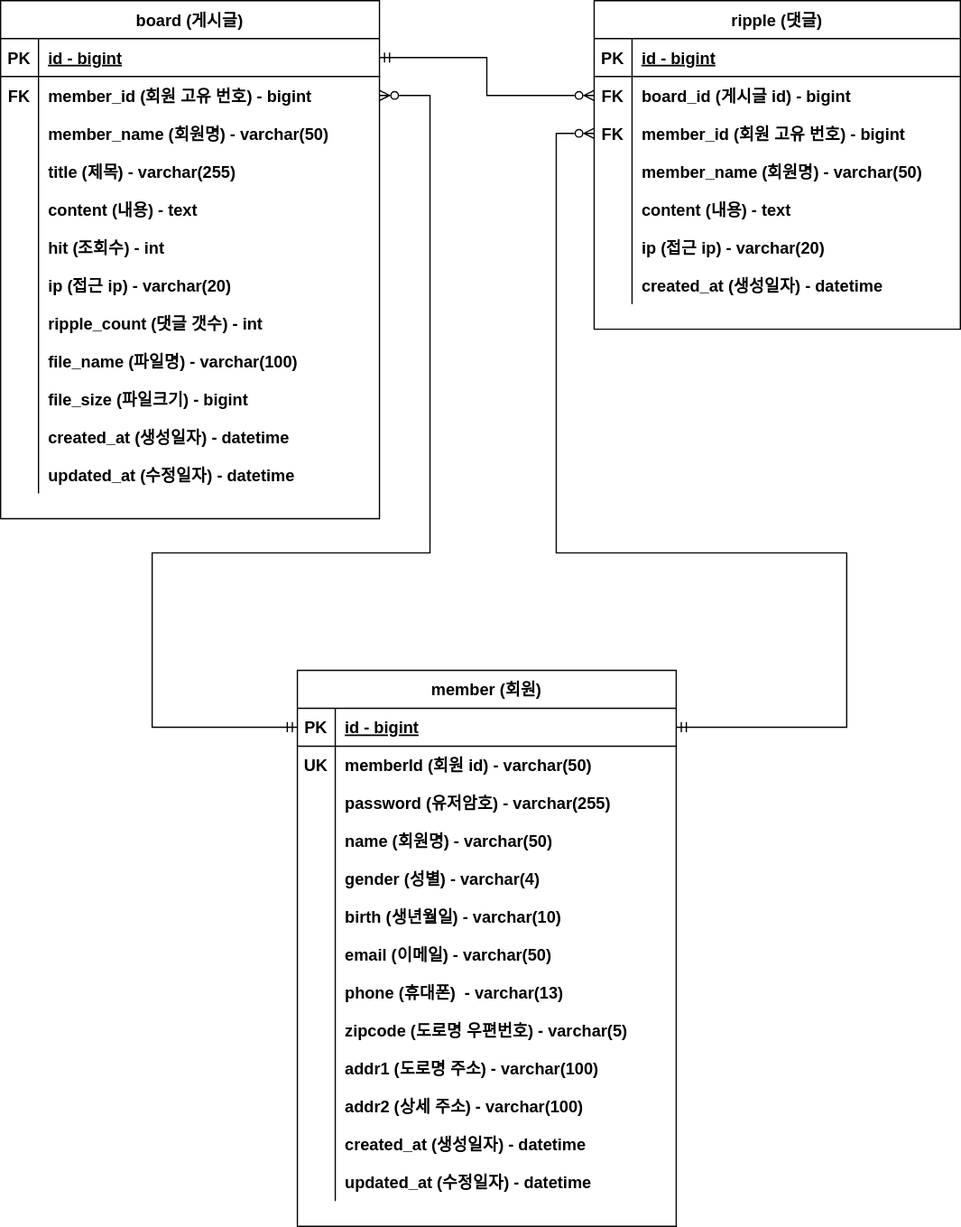
Seong-Hoon-Lim/springframework-project-board keeps this draw.io diagram as document/springframework-project-board-ERD.drawio.svg. Above is the earlier version. Source tidied: cells renumbered, new cells last; positions are measured from the earlier drawing's top-left corner, leaving out a move shared by most shapes.
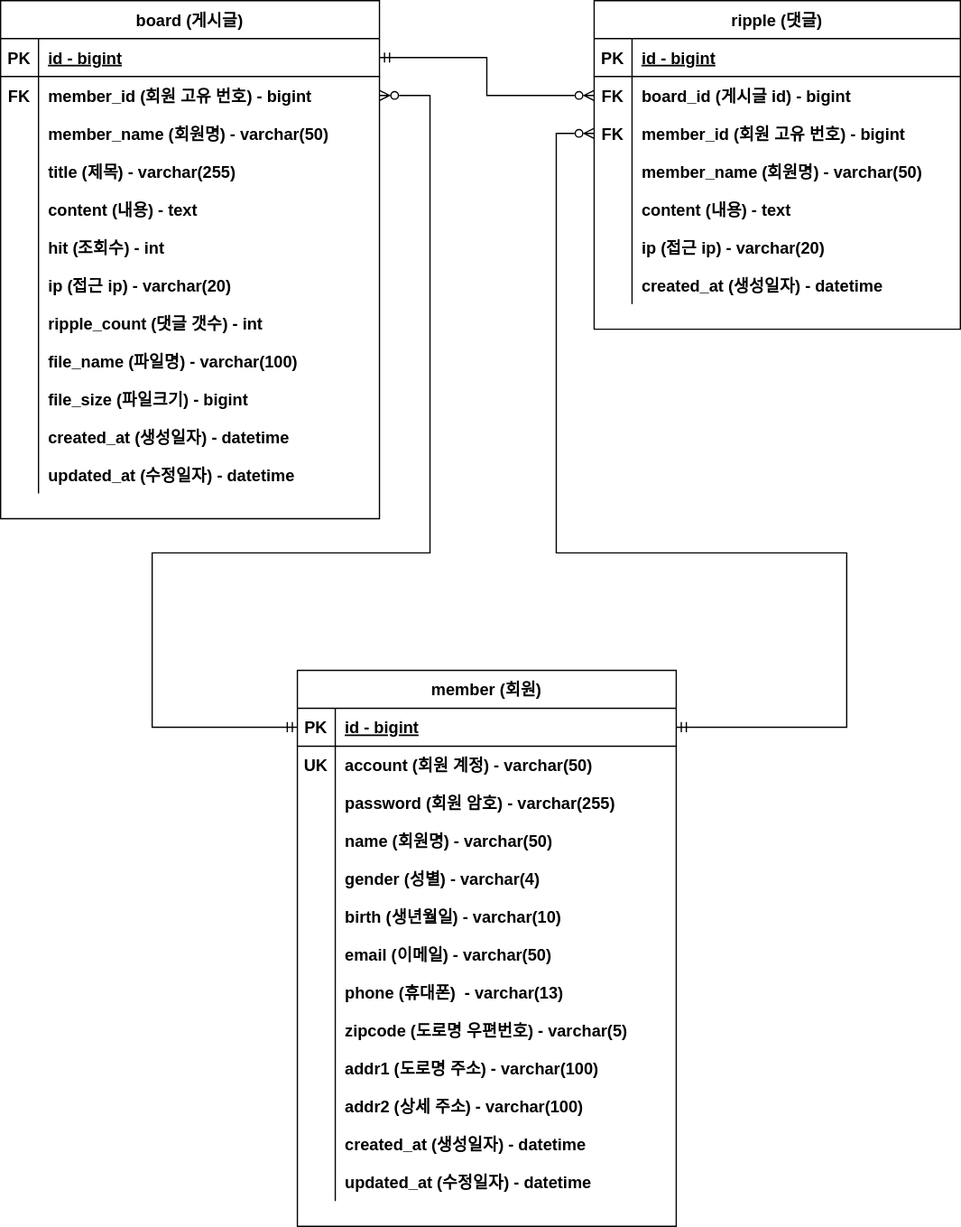
After the commit.

Commit message:
#10 - springframework-project-board-ERD 수정

What changed in the source:
```diff
@@ -200,7 +200,7 @@
     <mxCell id="67" value="UK" style="shape=partialRectangle;overflow=hidden;fillColor=none;top=0;left=0;bottom=0;right=0;fontSize=13;fontStyle=1;" parent="66" vertex="1">
       <mxGeometry width="30" height="30" as="geometry" />
     </mxCell>
-    <mxCell id="68" value="memberId (회원 id) - varchar(50)" style="shape=partialRectangle;overflow=hidden;fillColor=none;top=0;left=0;bottom=0;right=0;align=left;spacingLeft=6;fontStyle=1;fontSize=13;" parent="66" vertex="1">
+    <mxCell id="68" value="account (회원 계정) - varchar(50)" style="shape=partialRectangle;overflow=hidden;fillColor=none;top=0;left=0;bottom=0;right=0;align=left;spacingLeft=6;fontStyle=1;fontSize=13;" parent="66" vertex="1">
       <mxGeometry x="30" width="270" height="30" as="geometry" />
     </mxCell>
     <mxCell id="69" style="shape=partialRectangle;fillColor=none;top=0;left=0;right=0;bottom=0;fontSize=13;" parent="62" vertex="1">
@@ -209,7 +209,7 @@
     <mxCell id="70" style="shape=partialRectangle;overflow=hidden;fillColor=none;top=0;left=0;bottom=0;right=0;fontSize=13;" parent="69" vertex="1">
       <mxGeometry width="30" height="30" as="geometry" />
     </mxCell>
-    <mxCell id="71" value="password (유저암호) - varchar(255)" style="shape=partialRectangle;overflow=hidden;fillColor=none;top=0;left=0;bottom=0;right=0;align=left;spacingLeft=6;fontStyle=1;fontSize=13;" parent="69" vertex="1">
+    <mxCell id="71" value="password (회원 암호) - varchar(255)" style="shape=partialRectangle;overflow=hidden;fillColor=none;top=0;left=0;bottom=0;right=0;align=left;spacingLeft=6;fontStyle=1;fontSize=13;" parent="69" vertex="1">
       <mxGeometry x="30" width="270" height="30" as="geometry" />
     </mxCell>
     <mxCell id="72" style="shape=partialRectangle;fillColor=none;top=0;left=0;right=0;bottom=0;fontSize=13;" parent="62" vertex="1">
```
